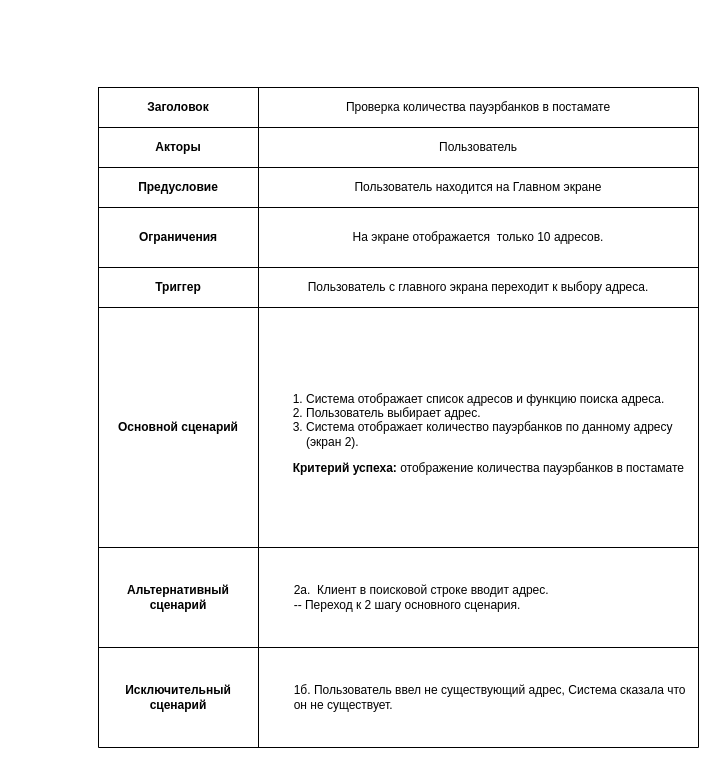
Above: page "UC" (2 of 3) of Latyshev_Alexandr/business_requirements/BPMN.drawio in abdullahproff/BSA21_1 (draw.io), before the change. Source tidied: cells renumbered, new cells numbered last; positions are measured from the earlier drawing's top-left corner, leaving out a move shared by most shapes. Both pictures are drawn from the tidied source at 100%, with x=0, y=0 at pixel (98, 87).
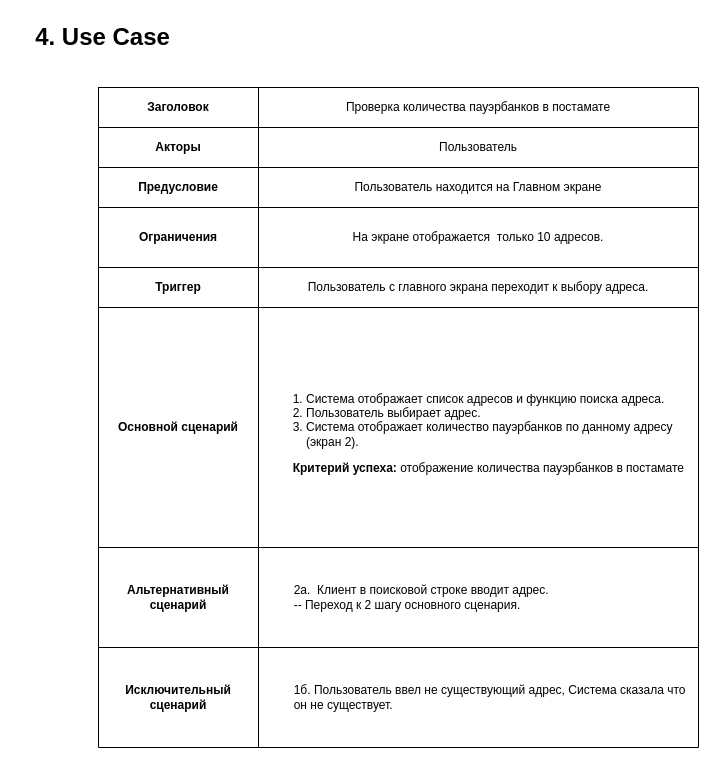
The same diagram, later.

What changed in the source:
```diff
@@
+    <mxCell id="27" value="4. Use Case" style="text;strokeColor=none;fillColor=none;html=1;fontSize=24;fontStyle=1;verticalAlign=middle;align=center;" parent="1" vertex="1">
+      <mxGeometry x="-81" y="-70" width="170" height="40" as="geometry" />
+    </mxCell>
```
